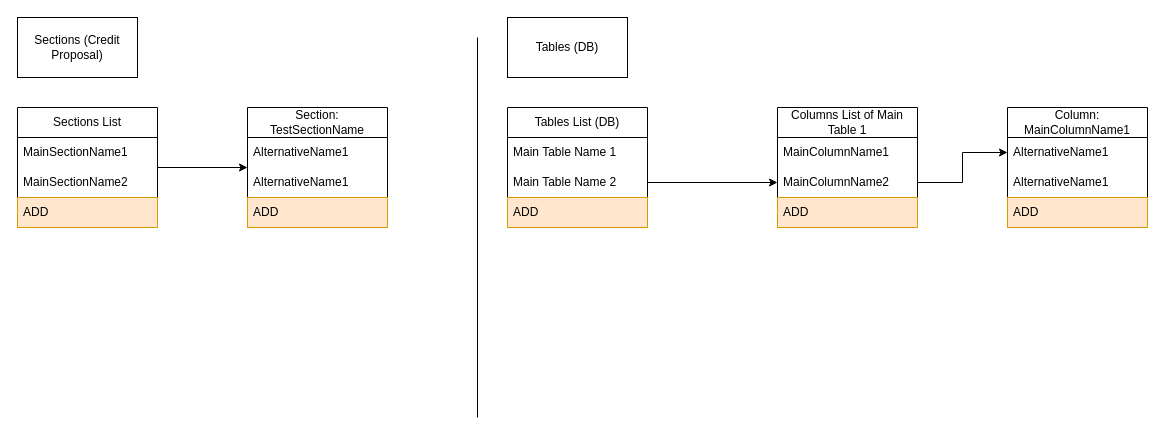
Earlier version of the draw.io diagram page "example" (2 of 2) of Untitled Diagram.drawio (rakib06/DrawIO). Source tidied: cells renumbered, new cells numbered last; positions are measured from the earlier drawing's top-left corner, leaving out a move shared by most shapes. Both pictures are drawn from the tidied source at 100%, with x=0, y=0 at pixel (17, 17).
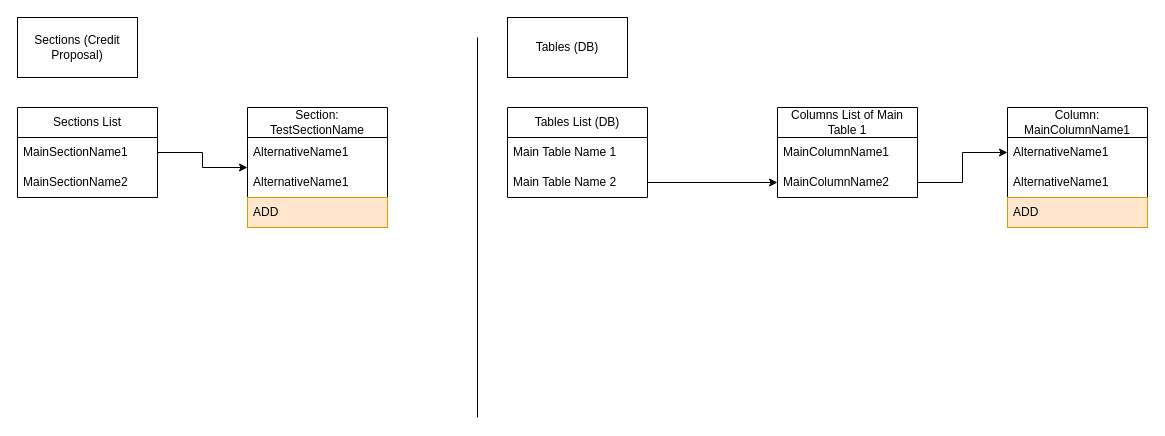
The same page after the edit.

What changed in the source:
```diff
@@
     <mxCell id="11" value="Columns List of Main Table 1" style="swimlane;fontStyle=0;horizontal=1;startSize=30;whiteSpace=wrap;html=1;" parent="1" vertex="1">
-      <mxGeometry x="760" y="90" width="140" height="120" as="geometry" />
+      <mxGeometry x="760" y="90" width="140" height="90" as="geometry" />
     </mxCell>
@@
-    <mxCell id="14" value="ADD" style="text;strokeColor=#d79b00;fillColor=#ffe6cc;align=left;verticalAlign=middle;spacingLeft=4;spacingRight=4;overflow=hidden;whiteSpace=wrap;html=1;" parent="11" vertex="1">
-      <mxGeometry y="90" width="140" height="30" as="geometry" />
-    </mxCell>
@@
     <mxCell id="17" value="Sections List" style="swimlane;fontStyle=0;horizontal=1;startSize=30;whiteSpace=wrap;html=1;" parent="1" vertex="1">
-      <mxGeometry y="90" width="140" height="120" as="geometry" />
+      <mxGeometry y="90" width="140" height="90" as="geometry" />
     </mxCell>
@@
-    <mxCell id="20" value="ADD" style="text;strokeColor=#d79b00;fillColor=#ffe6cc;align=left;verticalAlign=middle;spacingLeft=4;spacingRight=4;overflow=hidden;whiteSpace=wrap;html=1;" parent="17" vertex="1">
-      <mxGeometry y="90" width="140" height="30" as="geometry" />
-    </mxCell>
     <mxCell id="21" value="Tables List (DB)" style="swimlane;fontStyle=0;horizontal=1;startSize=30;whiteSpace=wrap;html=1;" parent="1" vertex="1">
-      <mxGeometry x="490" y="90" width="140" height="120" as="geometry" />
+      <mxGeometry x="490" y="90" width="140" height="90" as="geometry" />
     </mxCell>
@@
-    <mxCell id="24" value="ADD" style="text;strokeColor=#d79b00;fillColor=#ffe6cc;align=left;verticalAlign=middle;spacingLeft=4;spacingRight=4;overflow=hidden;whiteSpace=wrap;html=1;" parent="21" vertex="1">
-      <mxGeometry y="90" width="140" height="30" as="geometry" />
-    </mxCell>
```
